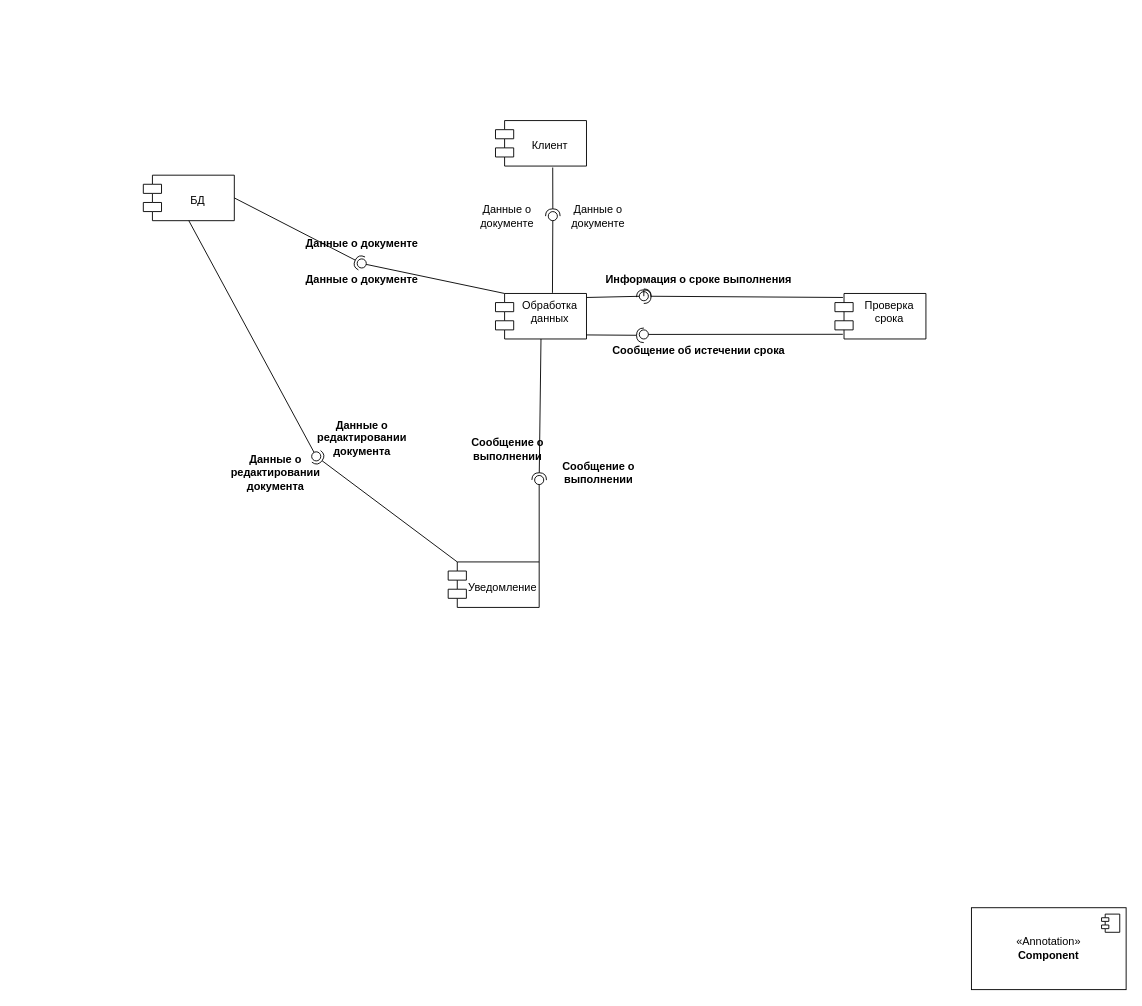
Lesha-Chinikailo/PSU_lab keeps this draw.io diagram as page "Страница — 4" (4 of 4) of 5_semester/OOTPiSP/lab_3/3.drawio. Above is the earlier version. Source tidied: cells renumbered, new cells numbered last; positions are measured from the earlier drawing's top-left corner, leaving out a move shared by most shapes. Both pictures are drawn from the tidied source at 91%, with x=0, y=0 at pixel (143, 120).
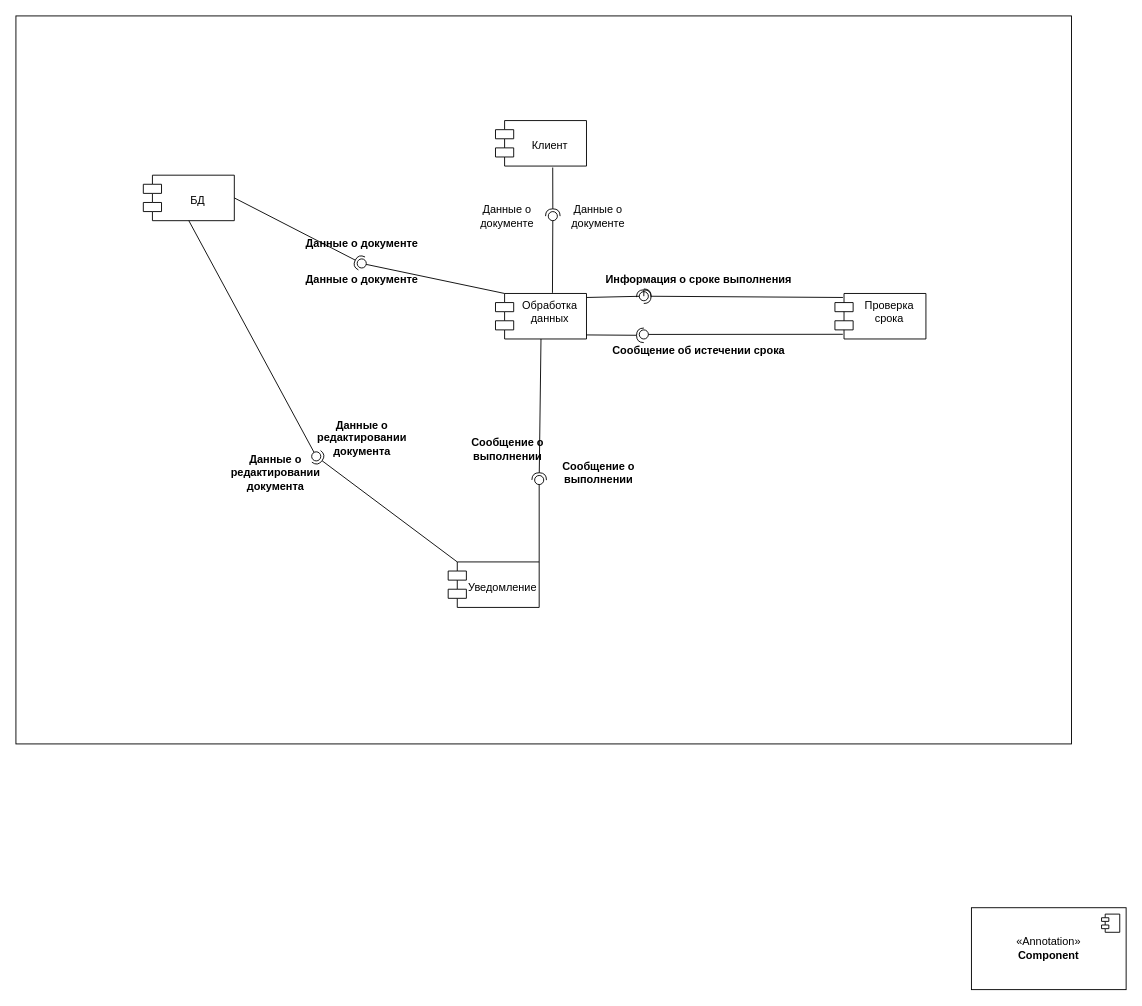
After the change.

What changed in the source:
```diff
@@
+    <mxCell id="38" style="rounded=0;whiteSpace=wrap;html=1;" parent="1" vertex="1">
+      <mxGeometry x="-140" y="-115" width="1160" height="800" as="geometry" />
+    </mxCell>
```
